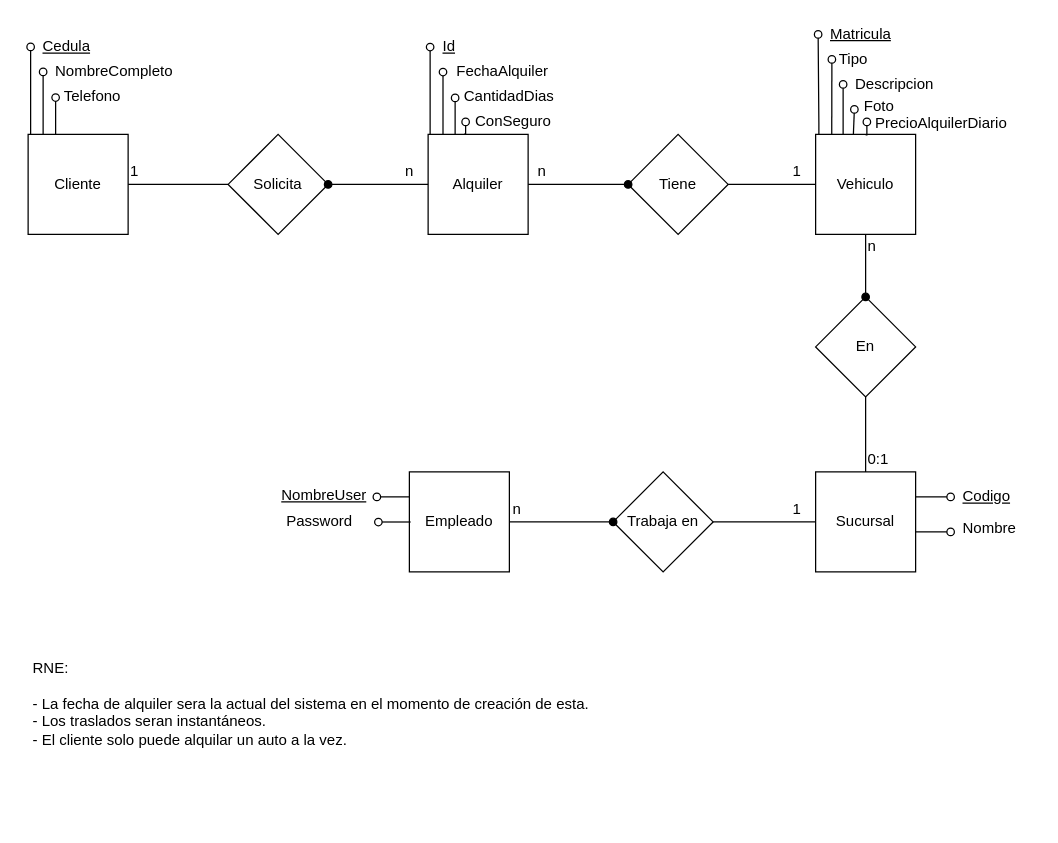
Earlier version of the draw.io diagram Diagramas/MER.drawio (KaTTNico/BIOSRent). Source tidied: cells renumbered, new cells numbered last; positions are measured from the earlier drawing's top-left corner, leaving out a move shared by most shapes. Both pictures are drawn from the tidied source at 125%, with x=0, y=0 at pixel (28, 21).
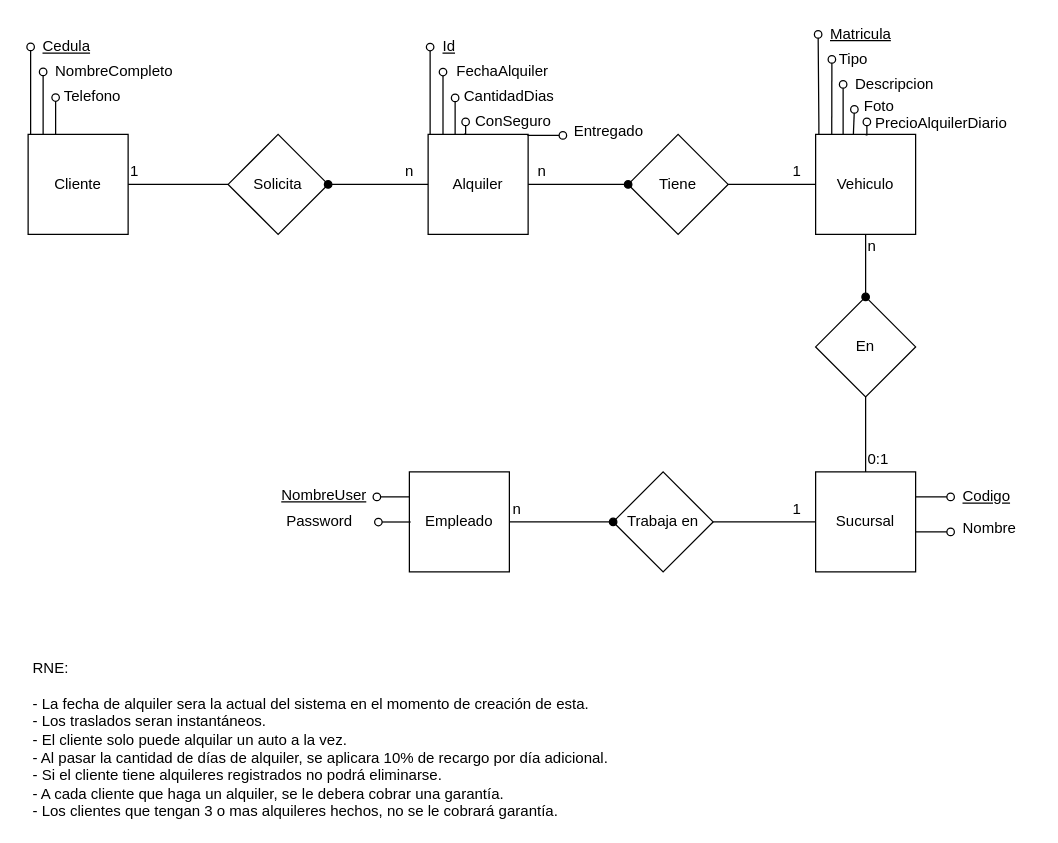
The same page after the edit.

Commit message:
Actualizo MER

What changed in the source:
```diff
@@
-    <mxCell id="58" value="RNE:&lt;br&gt;&lt;br&gt;- La fecha de alquiler sera la actual del sistema en el momento de creación de esta.&lt;br&gt;- Los traslados seran instantáneos.&lt;br&gt;- El cliente solo puede alquilar un auto a la vez.&lt;br&gt;" style="text;html=1;align=left;verticalAlign=top;spacingTop=-4;" parent="1" vertex="1">
-      <mxGeometry x="2" y="507" width="460" height="70" as="geometry" />
+    <mxCell id="58" value="RNE:&lt;br&gt;&lt;br&gt;- La fecha de alquiler sera la actual del sistema en el momento de creación de esta.&lt;br&gt;- Los traslados seran instantáneos.&lt;br&gt;- El cliente solo puede alquilar un auto a la vez.&lt;br&gt;- Al pasar la cantidad de días de alquiler, se aplicara 10% de recargo por día adicional.&lt;br&gt;- Si el cliente tiene alquileres registrados no podrá eliminarse.&lt;br&gt;- A cada cliente que haga un alquiler, se le debera cobrar una garantía.&lt;br&gt;- Los clientes que tengan 3 o mas alquileres hechos, no se le cobrará garantía.&lt;br&gt;" style="text;html=1;align=left;verticalAlign=top;spacingTop=-4;" parent="1" vertex="1">
+      <mxGeometry x="2" y="507" width="480" height="130" as="geometry" />
     </mxCell>
@@
+    <mxCell id="60" style="edgeStyle=orthogonalEdgeStyle;rounded=0;html=1;endArrow=oval;endFill=0;jettySize=auto;orthogonalLoop=1;strokeColor=#000000;fontSize=12;exitX=1;exitY=0.25;exitDx=0;exitDy=0;" parent="1" edge="1">
+      <mxGeometry relative="1" as="geometry">
+        <mxPoint x="399.5" y="90.8" as="sourcePoint" />
+        <mxPoint x="427.8" y="90.8" as="targetPoint" />
+        <Array as="points">
+          <mxPoint x="427.5" y="90.5" />
+          <mxPoint x="427.5" y="90.5" />
+        </Array>
+      </mxGeometry>
+    </mxCell>
+    <mxCell id="61" value="Entregado" style="text;html=1;align=left;verticalAlign=top;spacingTop=-4;" parent="1" vertex="1">
+      <mxGeometry x="435" y="78" width="70" height="20" as="geometry" />
+    </mxCell>
```
